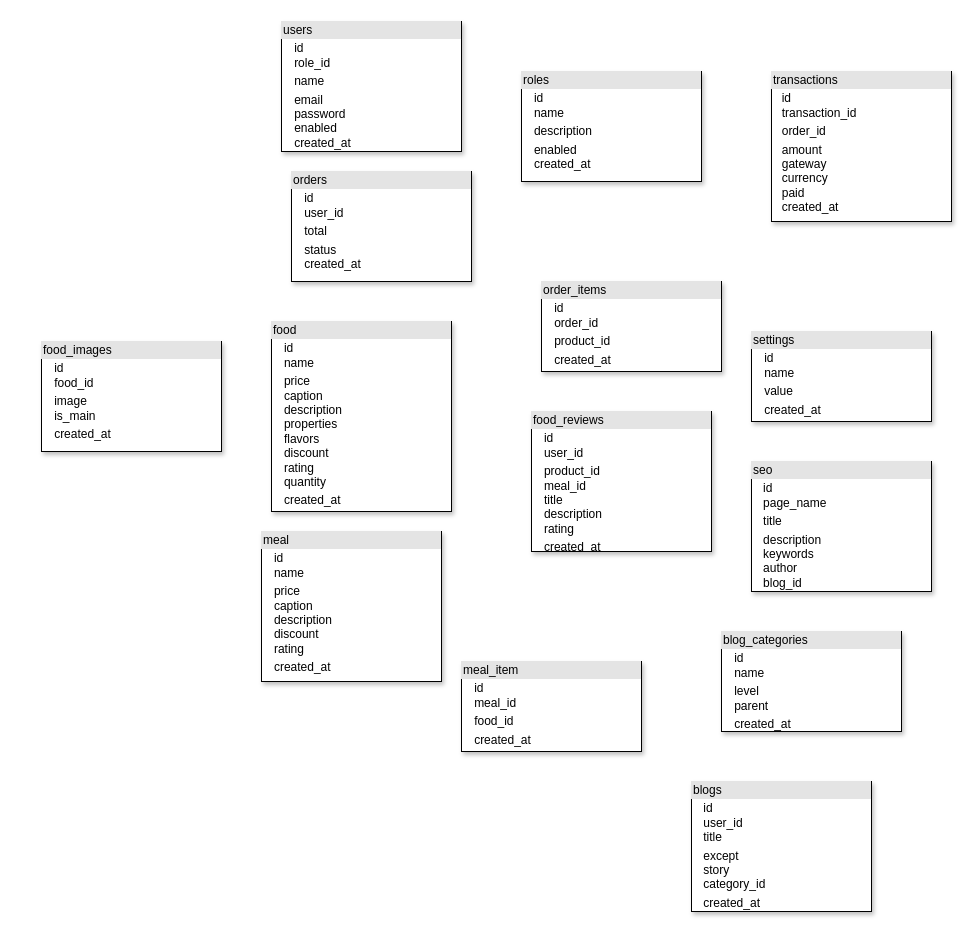
JS-Hub-ZW/Restaurant keeps this draw.io diagram as page "ERD" (4 of 4) of designs/restaurant.drawio. Above is the earlier version. Source tidied: cells renumbered, new cells numbered last; positions are measured from the earlier drawing's top-left corner, leaving out a move shared by most shapes. Both pictures are drawn from the tidied source at 100%, with x=0, y=0 at pixel (41, 21).
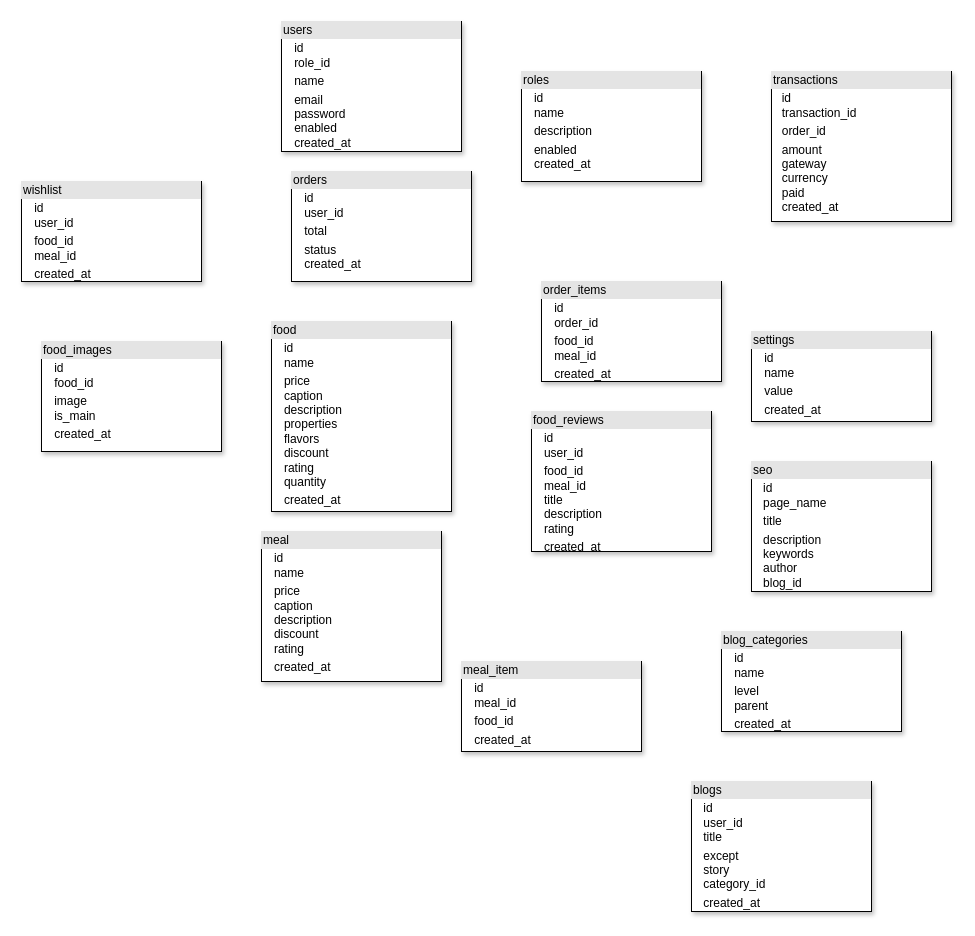
The same page after the edit.

Commit message (it also covers changes not shown here):
Added wishlist table and corrected some errors

What changed in the source:
```diff
@@
 <mxGraphModel>
   <root>
     <mxCell id="0" />
     <mxCell id="1" parent="0" />
     <mxCell id="2" value="&lt;div style=&quot;box-sizing: border-box ; width: 100% ; background: #e4e4e4 ; padding: 2px&quot;&gt;users&lt;/div&gt;&lt;table style=&quot;width: 100% ; font-size: 1em&quot; cellpadding=&quot;2&quot; cellspacing=&quot;0&quot;&gt;&lt;tbody&gt;&lt;tr&gt;&lt;td&gt;&lt;/td&gt;&lt;td&gt;id&lt;br&gt;role_id&lt;/td&gt;&lt;/tr&gt;&lt;tr&gt;&lt;td&gt;&lt;br&gt;&lt;/td&gt;&lt;td&gt;name&lt;/td&gt;&lt;/tr&gt;&lt;tr&gt;&lt;td&gt;&lt;/td&gt;&lt;td&gt;email&lt;br&gt;password&lt;br&gt;enabled&lt;br&gt;created_at&lt;/td&gt;&lt;/tr&gt;&lt;/tbody&gt;&lt;/table&gt;" style="verticalAlign=top;align=left;overflow=fill;html=1;rounded=0;sketch=0;fontSize=12;shadow=1;" parent="1" vertex="1">
       <mxGeometry x="240" width="180" height="130" as="geometry" />
     </mxCell>
     <mxCell id="3" value="&lt;div style=&quot;box-sizing: border-box ; width: 100% ; background: #e4e4e4 ; padding: 2px&quot;&gt;transactions&lt;/div&gt;&lt;table style=&quot;width: 100% ; font-size: 1em&quot; cellpadding=&quot;2&quot; cellspacing=&quot;0&quot;&gt;&lt;tbody&gt;&lt;tr&gt;&lt;td&gt;&lt;/td&gt;&lt;td&gt;id&lt;br&gt;transaction_id&lt;/td&gt;&lt;/tr&gt;&lt;tr&gt;&lt;td&gt;&lt;br&gt;&lt;/td&gt;&lt;td&gt;order_id&lt;/td&gt;&lt;/tr&gt;&lt;tr&gt;&lt;td&gt;&lt;/td&gt;&lt;td&gt;amount&lt;br&gt;gateway&lt;br&gt;currency&lt;br&gt;paid&lt;br&gt;created_at&lt;/td&gt;&lt;/tr&gt;&lt;/tbody&gt;&lt;/table&gt;" style="verticalAlign=top;align=left;overflow=fill;html=1;rounded=0;sketch=0;fontSize=12;shadow=1;" parent="1" vertex="1">
       <mxGeometry x="730" y="50" width="180" height="150" as="geometry" />
     </mxCell>
     <mxCell id="4" value="&lt;div style=&quot;box-sizing: border-box ; width: 100% ; background: #e4e4e4 ; padding: 2px&quot;&gt;orders&lt;/div&gt;&lt;table style=&quot;width: 100% ; font-size: 1em&quot; cellpadding=&quot;2&quot; cellspacing=&quot;0&quot;&gt;&lt;tbody&gt;&lt;tr&gt;&lt;td&gt;&lt;/td&gt;&lt;td&gt;id&lt;br&gt;user_id&lt;/td&gt;&lt;/tr&gt;&lt;tr&gt;&lt;td&gt;&lt;br&gt;&lt;/td&gt;&lt;td&gt;total&lt;/td&gt;&lt;/tr&gt;&lt;tr&gt;&lt;td&gt;&lt;/td&gt;&lt;td&gt;status&lt;br&gt;created_at&lt;/td&gt;&lt;/tr&gt;&lt;/tbody&gt;&lt;/table&gt;" style="verticalAlign=top;align=left;overflow=fill;html=1;rounded=0;sketch=0;fontSize=12;shadow=1;" parent="1" vertex="1">
       <mxGeometry x="250" y="150" width="180" height="110" as="geometry" />
     </mxCell>
-    <mxCell id="5" value="&lt;div style=&quot;box-sizing: border-box ; width: 100% ; background: #e4e4e4 ; padding: 2px&quot;&gt;order_items&lt;/div&gt;&lt;table style=&quot;width: 100% ; font-size: 1em&quot; cellpadding=&quot;2&quot; cellspacing=&quot;0&quot;&gt;&lt;tbody&gt;&lt;tr&gt;&lt;td&gt;&lt;/td&gt;&lt;td&gt;id&lt;br&gt;order_id&lt;/td&gt;&lt;/tr&gt;&lt;tr&gt;&lt;td&gt;&lt;br&gt;&lt;/td&gt;&lt;td&gt;product_id&lt;/td&gt;&lt;/tr&gt;&lt;tr&gt;&lt;td&gt;&lt;/td&gt;&lt;td&gt;created_at&lt;br&gt;&lt;/td&gt;&lt;/tr&gt;&lt;/tbody&gt;&lt;/table&gt;" style="verticalAlign=top;align=left;overflow=fill;html=1;rounded=0;sketch=0;fontSize=12;shadow=1;" parent="1" vertex="1">
-      <mxGeometry x="500" y="260" width="180" height="90" as="geometry" />
+    <mxCell id="5" value="&lt;div style=&quot;box-sizing: border-box ; width: 100% ; background: #e4e4e4 ; padding: 2px&quot;&gt;order_items&lt;/div&gt;&lt;table style=&quot;width: 100% ; font-size: 1em&quot; cellpadding=&quot;2&quot; cellspacing=&quot;0&quot;&gt;&lt;tbody&gt;&lt;tr&gt;&lt;td&gt;&lt;/td&gt;&lt;td&gt;id&lt;br&gt;order_id&lt;/td&gt;&lt;/tr&gt;&lt;tr&gt;&lt;td&gt;&lt;br&gt;&lt;/td&gt;&lt;td&gt;food_id&lt;br&gt;meal_id&lt;/td&gt;&lt;/tr&gt;&lt;tr&gt;&lt;td&gt;&lt;/td&gt;&lt;td&gt;created_at&lt;br&gt;&lt;/td&gt;&lt;/tr&gt;&lt;/tbody&gt;&lt;/table&gt;" style="verticalAlign=top;align=left;overflow=fill;html=1;rounded=0;sketch=0;fontSize=12;shadow=1;" parent="1" vertex="1">
+      <mxGeometry x="500" y="260" width="180" height="100" as="geometry" />
     </mxCell>
     <mxCell id="6" value="&lt;div style=&quot;box-sizing: border-box ; width: 100% ; background: #e4e4e4 ; padding: 2px&quot;&gt;food&lt;/div&gt;&lt;table style=&quot;width: 100% ; font-size: 1em&quot; cellpadding=&quot;2&quot; cellspacing=&quot;0&quot;&gt;&lt;tbody&gt;&lt;tr&gt;&lt;td&gt;&lt;/td&gt;&lt;td&gt;id&lt;br&gt;name&lt;/td&gt;&lt;/tr&gt;&lt;tr&gt;&lt;td&gt;&lt;br&gt;&lt;/td&gt;&lt;td&gt;price&lt;br&gt;caption&lt;br&gt;description&lt;br&gt;properties&lt;br&gt;flavors&lt;br&gt;discount&lt;br&gt;rating&lt;br&gt;quantity&lt;/td&gt;&lt;/tr&gt;&lt;tr&gt;&lt;td&gt;&lt;/td&gt;&lt;td&gt;created_at&lt;br&gt;&lt;/td&gt;&lt;/tr&gt;&lt;/tbody&gt;&lt;/table&gt;" style="verticalAlign=top;align=left;overflow=fill;html=1;rounded=0;sketch=0;fontSize=12;shadow=1;" parent="1" vertex="1">
       <mxGeometry x="230" y="300" width="180" height="190" as="geometry" />
     </mxCell>
-    <mxCell id="7" value="&lt;div style=&quot;box-sizing: border-box ; width: 100% ; background: #e4e4e4 ; padding: 2px&quot;&gt;food_reviews&lt;/div&gt;&lt;table style=&quot;width: 100% ; font-size: 1em&quot; cellpadding=&quot;2&quot; cellspacing=&quot;0&quot;&gt;&lt;tbody&gt;&lt;tr&gt;&lt;td&gt;&lt;/td&gt;&lt;td&gt;id&lt;br&gt;user_id&lt;/td&gt;&lt;/tr&gt;&lt;tr&gt;&lt;td&gt;&lt;br&gt;&lt;/td&gt;&lt;td&gt;product_id&lt;br&gt;meal_id&lt;br&gt;title&lt;br&gt;description&lt;br&gt;rating&lt;br&gt;&lt;/td&gt;&lt;/tr&gt;&lt;tr&gt;&lt;td&gt;&lt;/td&gt;&lt;td&gt;created_at&lt;br&gt;&lt;/td&gt;&lt;/tr&gt;&lt;/tbody&gt;&lt;/table&gt;" style="verticalAlign=top;align=left;overflow=fill;html=1;rounded=0;sketch=0;fontSize=12;shadow=1;" parent="1" vertex="1">
+    <mxCell id="7" value="&lt;div style=&quot;box-sizing: border-box ; width: 100% ; background: #e4e4e4 ; padding: 2px&quot;&gt;food_reviews&lt;/div&gt;&lt;table style=&quot;width: 100% ; font-size: 1em&quot; cellpadding=&quot;2&quot; cellspacing=&quot;0&quot;&gt;&lt;tbody&gt;&lt;tr&gt;&lt;td&gt;&lt;/td&gt;&lt;td&gt;id&lt;br&gt;user_id&lt;/td&gt;&lt;/tr&gt;&lt;tr&gt;&lt;td&gt;&lt;br&gt;&lt;/td&gt;&lt;td&gt;food_id&lt;br&gt;meal_id&lt;br&gt;title&lt;br&gt;description&lt;br&gt;rating&lt;br&gt;&lt;/td&gt;&lt;/tr&gt;&lt;tr&gt;&lt;td&gt;&lt;/td&gt;&lt;td&gt;created_at&lt;br&gt;&lt;/td&gt;&lt;/tr&gt;&lt;/tbody&gt;&lt;/table&gt;" style="verticalAlign=top;align=left;overflow=fill;html=1;rounded=0;sketch=0;fontSize=12;shadow=1;" parent="1" vertex="1">
       <mxGeometry x="490" y="390" width="180" height="140" as="geometry" />
     </mxCell>
     <mxCell id="8" value="&lt;div style=&quot;box-sizing: border-box ; width: 100% ; background: #e4e4e4 ; padding: 2px&quot;&gt;settings&lt;/div&gt;&lt;table style=&quot;width: 100% ; font-size: 1em&quot; cellpadding=&quot;2&quot; cellspacing=&quot;0&quot;&gt;&lt;tbody&gt;&lt;tr&gt;&lt;td&gt;&lt;/td&gt;&lt;td&gt;id&lt;br&gt;name&lt;/td&gt;&lt;/tr&gt;&lt;tr&gt;&lt;td&gt;&lt;br&gt;&lt;/td&gt;&lt;td&gt;value&lt;br&gt;&lt;/td&gt;&lt;/tr&gt;&lt;tr&gt;&lt;td&gt;&lt;/td&gt;&lt;td&gt;created_at&lt;br&gt;&lt;/td&gt;&lt;/tr&gt;&lt;/tbody&gt;&lt;/table&gt;" style="verticalAlign=top;align=left;overflow=fill;html=1;rounded=0;sketch=0;fontSize=12;shadow=1;" parent="1" vertex="1">
       <mxGeometry x="710" y="310" width="180" height="90" as="geometry" />
     </mxCell>
     <mxCell id="9" value="&lt;div style=&quot;box-sizing: border-box ; width: 100% ; background: #e4e4e4 ; padding: 2px&quot;&gt;seo&lt;/div&gt;&lt;table style=&quot;width: 100% ; font-size: 1em&quot; cellpadding=&quot;2&quot; cellspacing=&quot;0&quot;&gt;&lt;tbody&gt;&lt;tr&gt;&lt;td&gt;&lt;/td&gt;&lt;td&gt;id&lt;br&gt;page_name&lt;/td&gt;&lt;/tr&gt;&lt;tr&gt;&lt;td&gt;&lt;br&gt;&lt;/td&gt;&lt;td&gt;title&lt;/td&gt;&lt;/tr&gt;&lt;tr&gt;&lt;td&gt;&lt;/td&gt;&lt;td&gt;description&lt;br&gt;keywords&lt;br&gt;author&lt;br&gt;blog_id&lt;/td&gt;&lt;/tr&gt;&lt;/tbody&gt;&lt;/table&gt;" style="verticalAlign=top;align=left;overflow=fill;html=1;rounded=0;sketch=0;fontSize=12;shadow=1;" parent="1" vertex="1">
       <mxGeometry x="710" y="440" width="180" height="130" as="geometry" />
     </mxCell>
     <mxCell id="10" value="&lt;div style=&quot;box-sizing: border-box ; width: 100% ; background: #e4e4e4 ; padding: 2px&quot;&gt;roles&lt;/div&gt;&lt;table style=&quot;width: 100% ; font-size: 1em&quot; cellpadding=&quot;2&quot; cellspacing=&quot;0&quot;&gt;&lt;tbody&gt;&lt;tr&gt;&lt;td&gt;&lt;/td&gt;&lt;td&gt;id&lt;br&gt;name&lt;/td&gt;&lt;/tr&gt;&lt;tr&gt;&lt;td&gt;&lt;br&gt;&lt;/td&gt;&lt;td&gt;description&lt;/td&gt;&lt;/tr&gt;&lt;tr&gt;&lt;td&gt;&lt;/td&gt;&lt;td&gt;enabled&lt;br&gt;created_at&lt;/td&gt;&lt;/tr&gt;&lt;/tbody&gt;&lt;/table&gt;" style="verticalAlign=top;align=left;overflow=fill;html=1;rounded=0;sketch=0;fontSize=12;shadow=1;" parent="1" vertex="1">
       <mxGeometry x="480" y="50" width="180" height="110" as="geometry" />
     </mxCell>
     <mxCell id="11" value="&lt;div style=&quot;box-sizing: border-box ; width: 100% ; background: #e4e4e4 ; padding: 2px&quot;&gt;meal&lt;/div&gt;&lt;table style=&quot;width: 100% ; font-size: 1em&quot; cellpadding=&quot;2&quot; cellspacing=&quot;0&quot;&gt;&lt;tbody&gt;&lt;tr&gt;&lt;td&gt;&lt;/td&gt;&lt;td&gt;id&lt;br&gt;name&lt;/td&gt;&lt;/tr&gt;&lt;tr&gt;&lt;td&gt;&lt;br&gt;&lt;/td&gt;&lt;td&gt;price&lt;br&gt;caption&lt;br&gt;description&lt;br&gt;discount&lt;br&gt;rating&lt;/td&gt;&lt;/tr&gt;&lt;tr&gt;&lt;td&gt;&lt;/td&gt;&lt;td&gt;created_at&lt;br&gt;&lt;/td&gt;&lt;/tr&gt;&lt;/tbody&gt;&lt;/table&gt;" style="verticalAlign=top;align=left;overflow=fill;html=1;rounded=0;sketch=0;fontSize=12;shadow=1;" parent="1" vertex="1">
       <mxGeometry x="220" y="510" width="180" height="150" as="geometry" />
     </mxCell>
     <mxCell id="12" value="&lt;div style=&quot;box-sizing: border-box ; width: 100% ; background: #e4e4e4 ; padding: 2px&quot;&gt;meal_item&lt;/div&gt;&lt;table style=&quot;width: 100% ; font-size: 1em&quot; cellpadding=&quot;2&quot; cellspacing=&quot;0&quot;&gt;&lt;tbody&gt;&lt;tr&gt;&lt;td&gt;&lt;/td&gt;&lt;td&gt;id&lt;br&gt;meal_id&lt;/td&gt;&lt;/tr&gt;&lt;tr&gt;&lt;td&gt;&lt;br&gt;&lt;/td&gt;&lt;td&gt;food_id&lt;br&gt;&lt;/td&gt;&lt;/tr&gt;&lt;tr&gt;&lt;td&gt;&lt;/td&gt;&lt;td&gt;created_at&lt;br&gt;&lt;/td&gt;&lt;/tr&gt;&lt;/tbody&gt;&lt;/table&gt;" style="verticalAlign=top;align=left;overflow=fill;html=1;rounded=0;sketch=0;fontSize=12;shadow=1;" parent="1" vertex="1">
       <mxGeometry x="420" y="640" width="180" height="90" as="geometry" />
     </mxCell>
     <mxCell id="13" value="&lt;div style=&quot;box-sizing: border-box ; width: 100% ; background: #e4e4e4 ; padding: 2px&quot;&gt;blog_categories&lt;/div&gt;&lt;table style=&quot;width: 100% ; font-size: 1em&quot; cellpadding=&quot;2&quot; cellspacing=&quot;0&quot;&gt;&lt;tbody&gt;&lt;tr&gt;&lt;td&gt;&lt;/td&gt;&lt;td&gt;id&lt;br&gt;name&lt;/td&gt;&lt;/tr&gt;&lt;tr&gt;&lt;td&gt;&lt;br&gt;&lt;/td&gt;&lt;td&gt;level&lt;br&gt;parent&lt;/td&gt;&lt;/tr&gt;&lt;tr&gt;&lt;td&gt;&lt;/td&gt;&lt;td&gt;created_at&lt;br&gt;&lt;/td&gt;&lt;/tr&gt;&lt;/tbody&gt;&lt;/table&gt;" style="verticalAlign=top;align=left;overflow=fill;html=1;rounded=0;sketch=0;fontSize=12;shadow=1;" parent="1" vertex="1">
       <mxGeometry x="680" y="610" width="180" height="100" as="geometry" />
     </mxCell>
     <mxCell id="14" value="&lt;div style=&quot;box-sizing: border-box ; width: 100% ; background: #e4e4e4 ; padding: 2px&quot;&gt;blogs&lt;/div&gt;&lt;table style=&quot;width: 100% ; font-size: 1em&quot; cellpadding=&quot;2&quot; cellspacing=&quot;0&quot;&gt;&lt;tbody&gt;&lt;tr&gt;&lt;td&gt;&lt;/td&gt;&lt;td&gt;id&lt;br&gt;user_id&lt;br&gt;title&lt;/td&gt;&lt;/tr&gt;&lt;tr&gt;&lt;td&gt;&lt;br&gt;&lt;/td&gt;&lt;td&gt;except&lt;br&gt;story&lt;br&gt;category_id&lt;/td&gt;&lt;/tr&gt;&lt;tr&gt;&lt;td&gt;&lt;/td&gt;&lt;td&gt;created_at&lt;br&gt;&lt;/td&gt;&lt;/tr&gt;&lt;/tbody&gt;&lt;/table&gt;" style="verticalAlign=top;align=left;overflow=fill;html=1;rounded=0;sketch=0;fontSize=12;shadow=1;" parent="1" vertex="1">
       <mxGeometry x="650" y="760" width="180" height="130" as="geometry" />
     </mxCell>
     <mxCell id="15" value="&lt;div style=&quot;box-sizing: border-box ; width: 100% ; background: #e4e4e4 ; padding: 2px&quot;&gt;food_images&lt;/div&gt;&lt;table style=&quot;width: 100% ; font-size: 1em&quot; cellpadding=&quot;2&quot; cellspacing=&quot;0&quot;&gt;&lt;tbody&gt;&lt;tr&gt;&lt;td&gt;&lt;/td&gt;&lt;td&gt;id&lt;br&gt;food_id&lt;/td&gt;&lt;/tr&gt;&lt;tr&gt;&lt;td&gt;&lt;br&gt;&lt;/td&gt;&lt;td&gt;image&lt;br&gt;is_main&lt;br&gt;&lt;/td&gt;&lt;/tr&gt;&lt;tr&gt;&lt;td&gt;&lt;/td&gt;&lt;td&gt;created_at&lt;br&gt;&lt;/td&gt;&lt;/tr&gt;&lt;/tbody&gt;&lt;/table&gt;" style="verticalAlign=top;align=left;overflow=fill;html=1;rounded=0;sketch=0;fontSize=12;shadow=1;" parent="1" vertex="1">
       <mxGeometry y="320" width="180" height="110" as="geometry" />
     </mxCell>
+    <mxCell id="16" value="&lt;div style=&quot;box-sizing: border-box ; width: 100% ; background: #e4e4e4 ; padding: 2px&quot;&gt;wishlist&lt;/div&gt;&lt;table style=&quot;width: 100% ; font-size: 1em&quot; cellpadding=&quot;2&quot; cellspacing=&quot;0&quot;&gt;&lt;tbody&gt;&lt;tr&gt;&lt;td&gt;&lt;/td&gt;&lt;td&gt;id&lt;br&gt;user_id&lt;/td&gt;&lt;/tr&gt;&lt;tr&gt;&lt;td&gt;&lt;br&gt;&lt;/td&gt;&lt;td&gt;food_id&lt;br&gt;meal_id&lt;/td&gt;&lt;/tr&gt;&lt;tr&gt;&lt;td&gt;&lt;/td&gt;&lt;td&gt;created_at&lt;br&gt;&lt;/td&gt;&lt;/tr&gt;&lt;/tbody&gt;&lt;/table&gt;" style="verticalAlign=top;align=left;overflow=fill;html=1;rounded=0;sketch=0;fontSize=12;shadow=1;" parent="1" vertex="1">
+      <mxGeometry x="-20" y="160" width="180" height="100" as="geometry" />
+    </mxCell>
   </root>
 </mxGraphModel>
```
